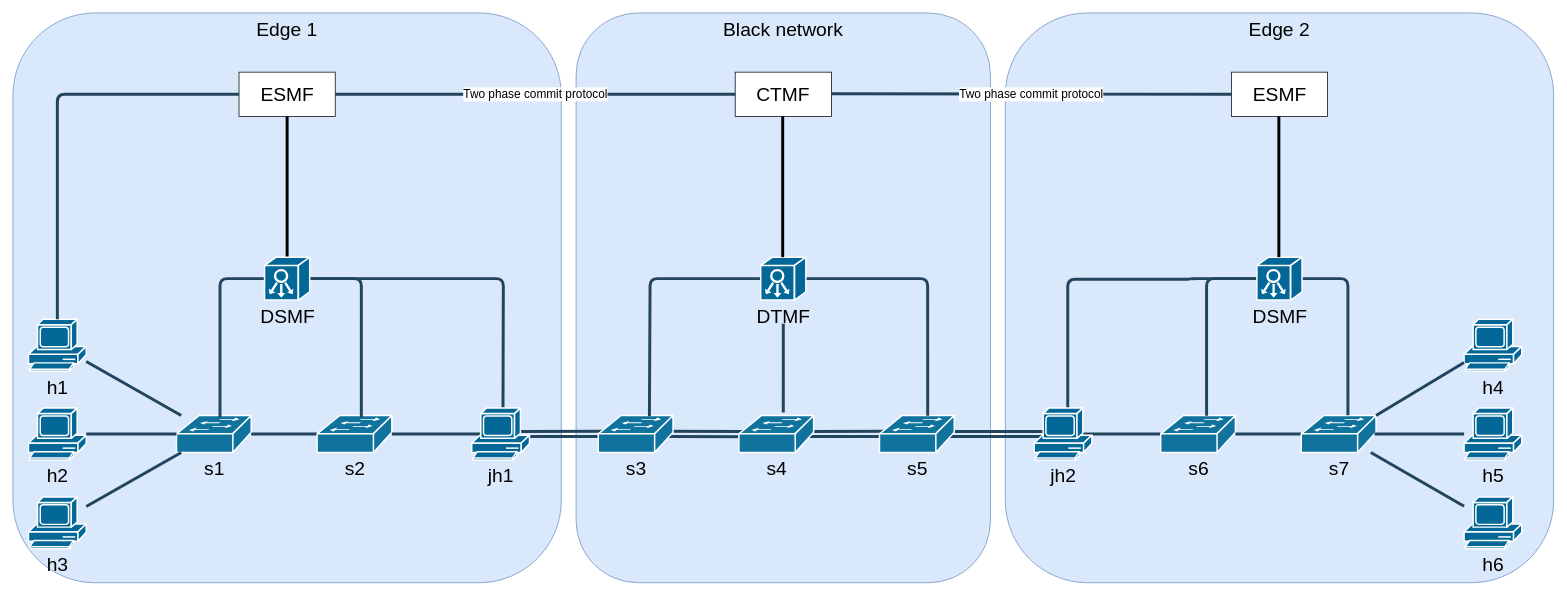
FriwiDev/thesis keeps this draw.io diagram as diagrams/topology.drawio. Above is the earlier version. Source tidied: cells renumbered, new cells numbered last; positions are measured from the earlier drawing's top-left corner, leaving out a move shared by most shapes. Both pictures are drawn from the tidied source at 74%, with x=0, y=0 at pixel (13, 13).
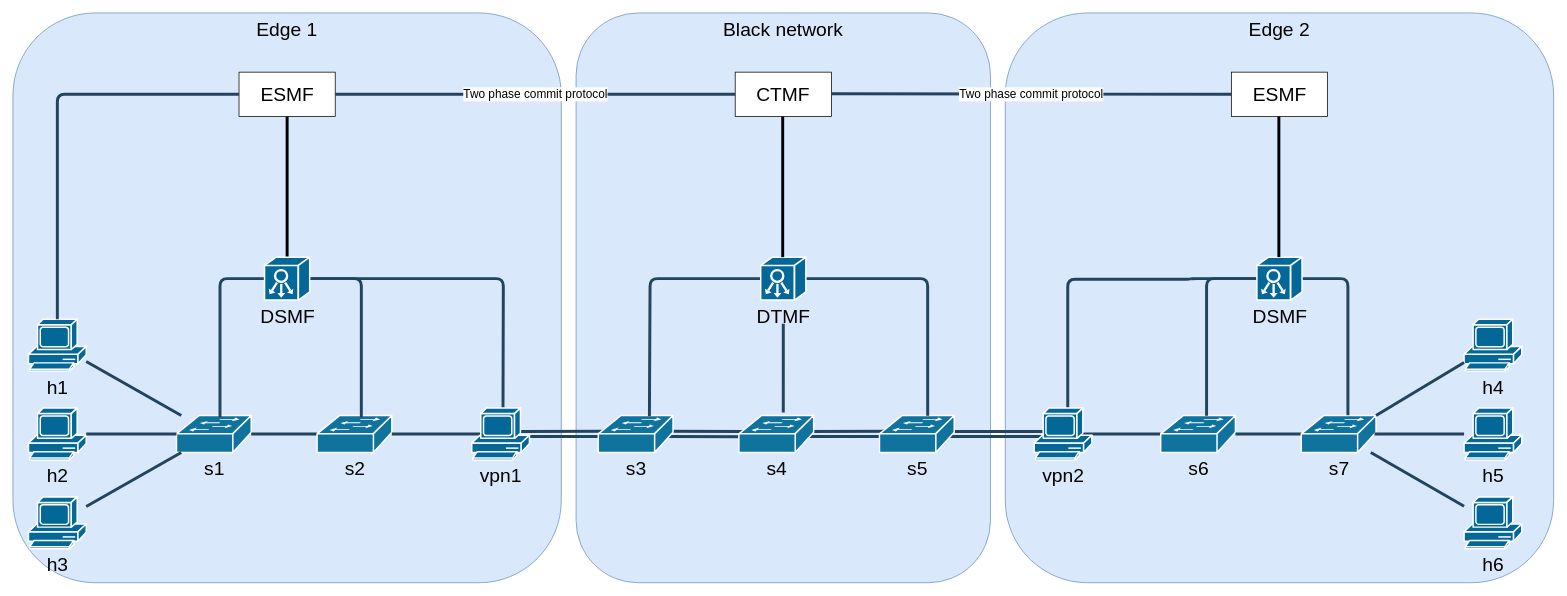
After the change.

What changed in the source:
```diff
@@
-    <mxCell id="53" value="jh1" style="shape=mxgraph.cisco.computers_and_peripherals.pc;sketch=0;html=1;dashed=0;fillColor=#036897;strokeColor=#ffffff;strokeWidth=2;verticalLabelPosition=bottom;verticalAlign=top;align=center;outlineConnect=0;fontColor=#000000;fontSize=26;" parent="1" vertex="1">
+    <mxCell id="53" value="vpn1" style="shape=mxgraph.cisco.computers_and_peripherals.pc;sketch=0;html=1;dashed=0;fillColor=#036897;strokeColor=#ffffff;strokeWidth=2;verticalLabelPosition=bottom;verticalAlign=top;align=center;outlineConnect=0;fontColor=#000000;fontSize=26;" parent="1" vertex="1">
       <mxGeometry x="620" y="534" width="78" height="70" as="geometry" />
     </mxCell>
-    <mxCell id="54" value="jh2" style="shape=mxgraph.cisco.computers_and_peripherals.pc;sketch=0;html=1;dashed=0;fillColor=#036897;strokeColor=#ffffff;strokeWidth=2;verticalLabelPosition=bottom;verticalAlign=top;align=center;outlineConnect=0;fontColor=#000000;fontSize=26;" parent="1" vertex="1">
+    <mxCell id="54" value="vpn2" style="shape=mxgraph.cisco.computers_and_peripherals.pc;sketch=0;html=1;dashed=0;fillColor=#036897;strokeColor=#ffffff;strokeWidth=2;verticalLabelPosition=bottom;verticalAlign=top;align=center;outlineConnect=0;fontColor=#000000;fontSize=26;" parent="1" vertex="1">
       <mxGeometry x="1380" y="534" width="78" height="70" as="geometry" />
     </mxCell>
```
